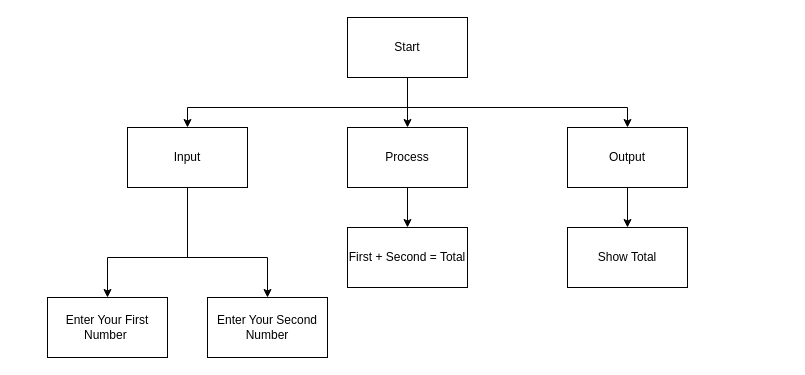
Earlier version of the draw.io diagram TopDown.Drawio (JacksonNaufal/ICS3U-Unit4-01-Python). Source tidied: cells renumbered, new cells numbered last; positions are measured from the earlier drawing's top-left corner, leaving out a move shared by most shapes. Both pictures are drawn from the tidied source at 100%, with x=0, y=0 at pixel (47, 17).
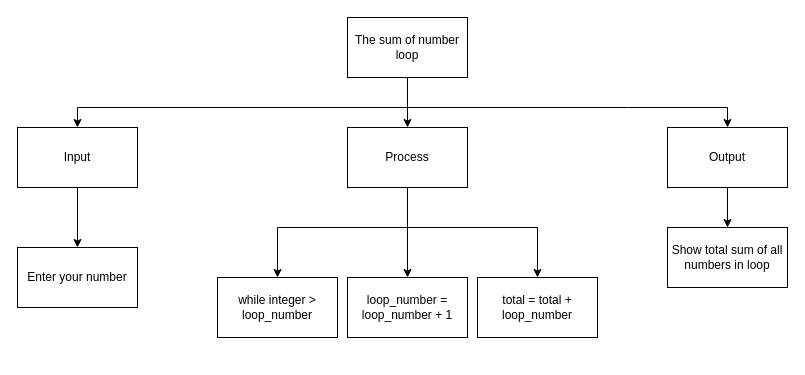
After the change.

The change refers to these unchanged cells:
```xml
<mxCell id="8" value="Process" style="rounded=0;whiteSpace=wrap;html=1;" parent="1" vertex="1">
  <mxGeometry x="300" y="110" width="120" height="60" as="geometry" />
</mxCell>
```

Diff of the diagram source:
```diff
@@
     <mxCell id="3" style="edgeStyle=none;rounded=0;html=1;entryX=0.5;entryY=0;entryDx=0;entryDy=0;" parent="1" edge="1" target="6">
       <mxGeometry relative="1" as="geometry">
         <mxPoint x="360" y="90" as="sourcePoint" />
         <Array as="points">
-          <mxPoint x="140" y="90" />
+          <mxPoint x="30" y="90" />
         </Array>
       </mxGeometry>
     </mxCell>
     <mxCell id="4" style="edgeStyle=none;rounded=0;html=1;entryX=0.5;entryY=0;entryDx=0;entryDy=0;" parent="1" edge="1" target="10">
       <mxGeometry relative="1" as="geometry">
         <mxPoint x="360" y="90" as="sourcePoint" />
         <Array as="points">
           <mxPoint x="580" y="90" />
+          <mxPoint x="680" y="90" />
         </Array>
       </mxGeometry>
     </mxCell>
-    <mxCell id="5" value="Start" style="rounded=0;whiteSpace=wrap;html=1;" parent="1" vertex="1">
+    <mxCell id="5" value="The sum of number loop" style="rounded=0;whiteSpace=wrap;html=1;" parent="1" vertex="1">
       <mxGeometry x="300" width="120" height="60" as="geometry" />
     </mxCell>
+    <mxCell id="18" style="edgeStyle=none;html=1;" parent="1" edge="1" source="6" target="11">
+      <mxGeometry relative="1" as="geometry" />
+    </mxCell>
     <mxCell id="6" value="Input" style="rounded=0;whiteSpace=wrap;html=1;" parent="1" vertex="1">
-      <mxGeometry x="80" y="110" width="120" height="60" as="geometry" />
+      <mxGeometry x="-30" y="110" width="120" height="60" as="geometry" />
     </mxCell>
-    <mxCell id="7" style="edgeStyle=none;rounded=0;html=1;entryX=0.5;entryY=0;entryDx=0;entryDy=0;" parent="1" edge="1" source="8" target="13">
-      <mxGeometry relative="1" as="geometry" />
+    <mxCell id="7" style="edgeStyle=none;rounded=0;html=1;entryX=0.5;entryY=0;entryDx=0;entryDy=0;" parent="1" edge="1" target="13">
+      <mxGeometry relative="1" as="geometry">
+        <mxPoint x="360" y="210" as="sourcePoint" />
+        <Array as="points">
+          <mxPoint x="230" y="210" />
+        </Array>
+      </mxGeometry>
     </mxCell>
+    <mxCell id="19" style="edgeStyle=none;html=1;" parent="1" edge="1" source="8" target="22">
+      <mxGeometry relative="1" as="geometry" />
+    </mxCell>
+    <mxCell id="20" style="edgeStyle=none;html=1;entryX=0.5;entryY=0;entryDx=0;entryDy=0;rounded=0;" parent="1" edge="1" target="21">
+      <mxGeometry relative="1" as="geometry">
+        <mxPoint x="360" y="210" as="sourcePoint" />
+        <Array as="points">
+          <mxPoint x="490" y="210" />
+        </Array>
+      </mxGeometry>
+    </mxCell>
@@
     <mxCell id="10" value="Output" style="rounded=0;whiteSpace=wrap;html=1;" parent="1" vertex="1">
-      <mxGeometry x="520" y="110" width="120" height="60" as="geometry" />
+      <mxGeometry x="620" y="110" width="120" height="60" as="geometry" />
     </mxCell>
-    <mxCell id="11" value="Enter Your First Number&amp;nbsp;" style="rounded=0;whiteSpace=wrap;html=1;" parent="1" vertex="1">
-      <mxGeometry y="280" width="120" height="60" as="geometry" />
+    <mxCell id="11" value="Enter your number" style="rounded=0;whiteSpace=wrap;html=1;" parent="1" vertex="1">
+      <mxGeometry x="-30" y="230" width="120" height="60" as="geometry" />
     </mxCell>
-    <mxCell id="12" value="Enter Your Second Number" style="rounded=0;whiteSpace=wrap;html=1;" parent="1" vertex="1">
-      <mxGeometry x="160" y="280" width="120" height="60" as="geometry" />
-    </mxCell>
-    <mxCell id="13" value="First + Second = Total" style="rounded=0;whiteSpace=wrap;html=1;" parent="1" vertex="1">
-      <mxGeometry x="300" y="210" width="120" height="60" as="geometry" />
+    <mxCell id="13" value="while integer &amp;gt; loop_number" style="rounded=0;whiteSpace=wrap;html=1;" parent="1" vertex="1">
+      <mxGeometry x="170" y="260" width="120" height="60" as="geometry" />
     </mxCell>
-    <mxCell id="14" value="Show Total" style="rounded=0;whiteSpace=wrap;html=1;" parent="1" vertex="1">
-      <mxGeometry x="520" y="210" width="120" height="60" as="geometry" />
+    <mxCell id="14" value="Show total sum of all numbers in loop" style="rounded=0;whiteSpace=wrap;html=1;" parent="1" vertex="1">
+      <mxGeometry x="620" y="210" width="120" height="60" as="geometry" />
     </mxCell>
-    <mxCell id="15" style="endArrow=none;html=1;rounded=0;exitX=0.5;exitY=1;exitDx=0;exitDy=0;" parent="1" edge="1" source="6">
-      <mxGeometry relative="1" as="geometry">
-        <mxPoint x="140" y="240" as="targetPoint" />
-      </mxGeometry>
-    </mxCell>
-    <mxCell id="16" style="endArrow=classic;html=1;rounded=0;entryX=0.5;entryY=0;entryDx=0;entryDy=0;" parent="1" edge="1" target="12">
-      <mxGeometry relative="1" as="geometry">
-        <mxPoint x="220" y="240" as="sourcePoint" />
-      </mxGeometry>
-    </mxCell>
-    <mxCell id="17" style="endArrow=classic;html=1;rounded=0;entryX=0.5;entryY=0;entryDx=0;entryDy=0;" parent="1" edge="1" target="11">
-      <mxGeometry relative="1" as="geometry">
-        <mxPoint x="60" y="240" as="sourcePoint" />
-      </mxGeometry>
-    </mxCell>
-    <mxCell id="18" style="endArrow=none;html=1;rounded=0;" parent="1" edge="1">
-      <mxGeometry relative="1" as="geometry">
-        <mxPoint x="60" y="240" as="sourcePoint" />
-        <mxPoint x="220" y="240" as="targetPoint" />
-      </mxGeometry>
-    </mxCell>
+    <mxCell id="21" value="total = total + loop_number" style="rounded=0;whiteSpace=wrap;html=1;" parent="1" vertex="1">
+      <mxGeometry x="430" y="260" width="120" height="60" as="geometry" />
+    </mxCell>
+    <mxCell id="22" value="loop_number = loop_number + 1" style="rounded=0;whiteSpace=wrap;html=1;" parent="1" vertex="1">
+      <mxGeometry x="300" y="260" width="120" height="60" as="geometry" />
+    </mxCell>
```
